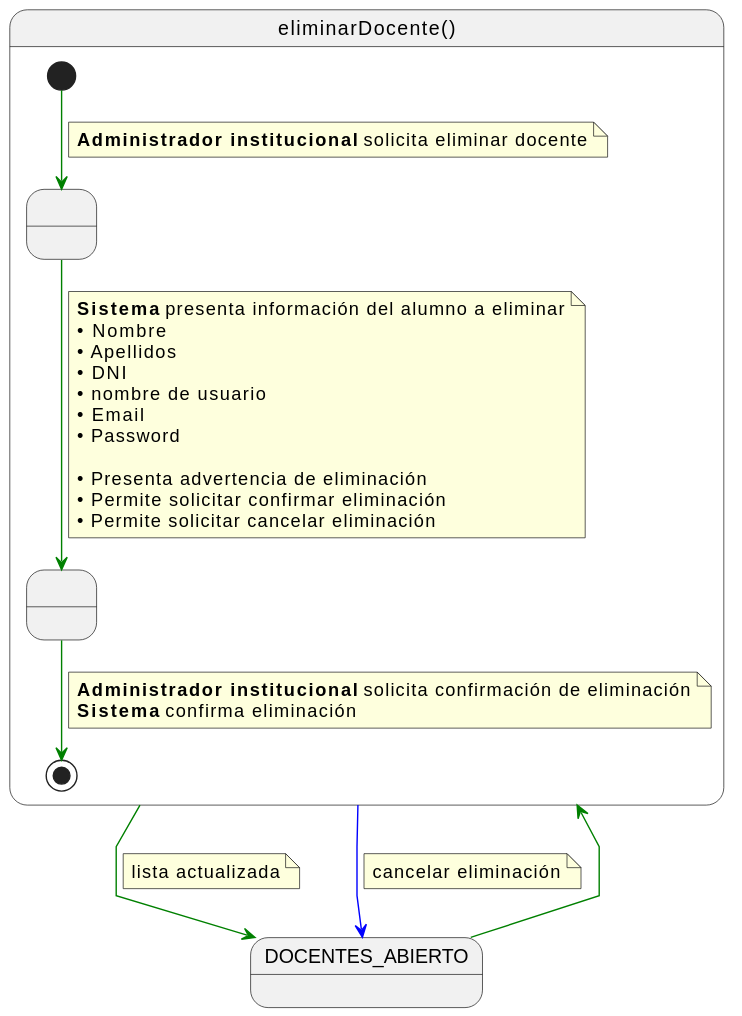
Before: documents/casos-de-uso/detalladoCasosDeUso/eliminarDocente/eliminarDocente.svg, a diagram exported from PlantUML (martinlopez7/25-26-IdSw1-SdR).
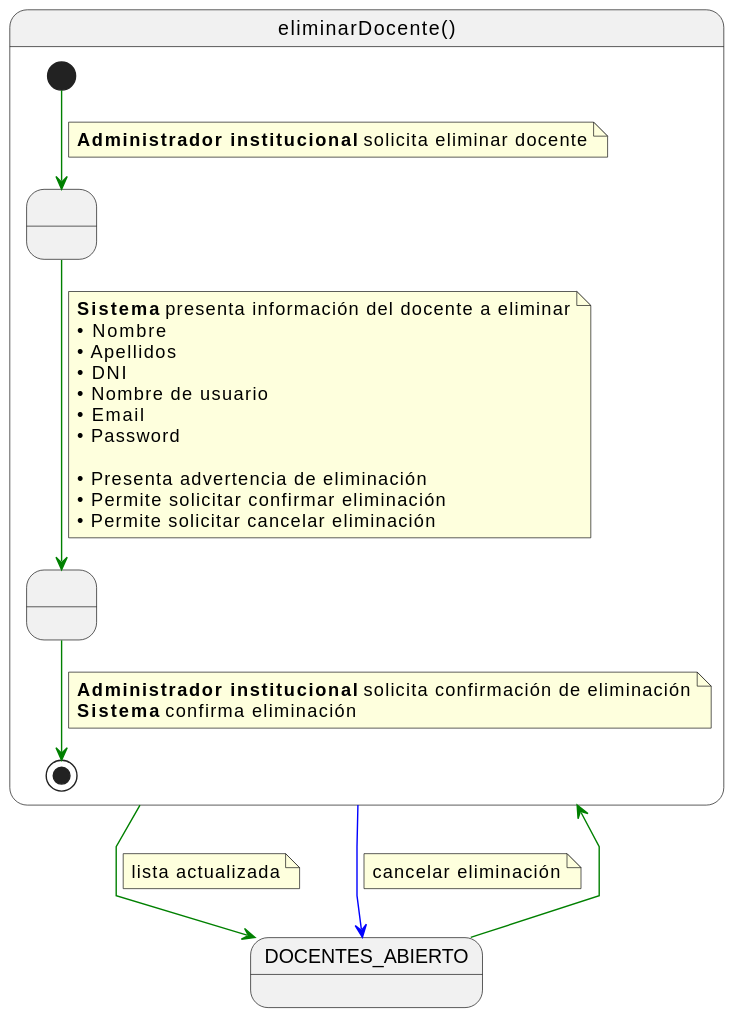
After the change.

Diff of the diagram source:
```diff
@@ -13,11 +13,11 @@
 
     ConfirmandoEliminacion -[#green]-> EliminandoDocente
     note on link
-    <b>Sistema</b> presenta información del alumno a eliminar
+    <b>Sistema</b> presenta información del docente a eliminar
     • Nombre
     • Apellidos
     • DNI
-    • nombre de usuario
+    • Nombre de usuario
     • Email
     • Password
 
```
